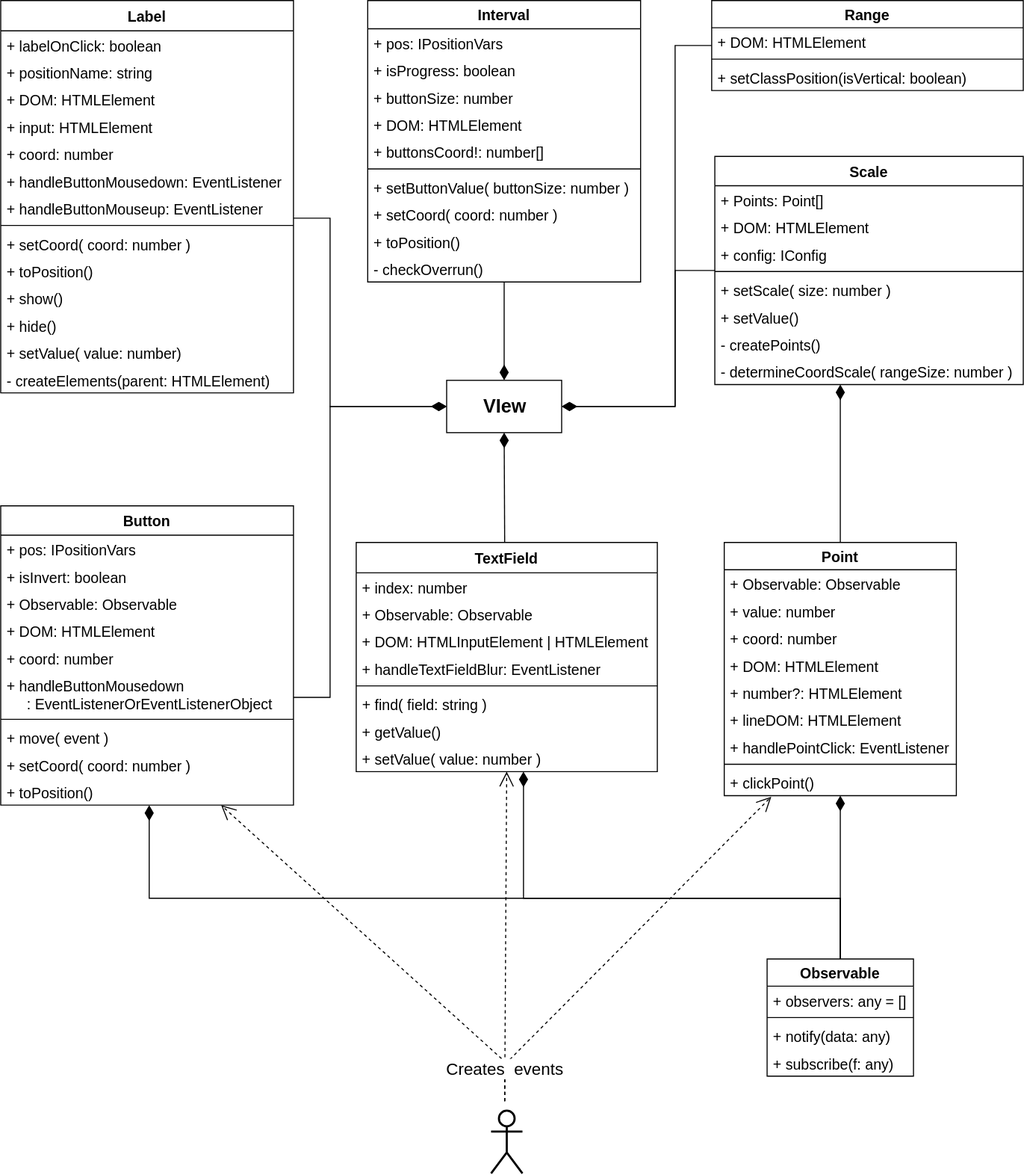
Before: uml/viewComponents.svg, a diagram exported from draw.io (Evgeny3101/plugin). Source tidied: cells renumbered, new cells last; positions are measured from the earlier drawing's top-left corner, leaving out a move shared by most shapes.
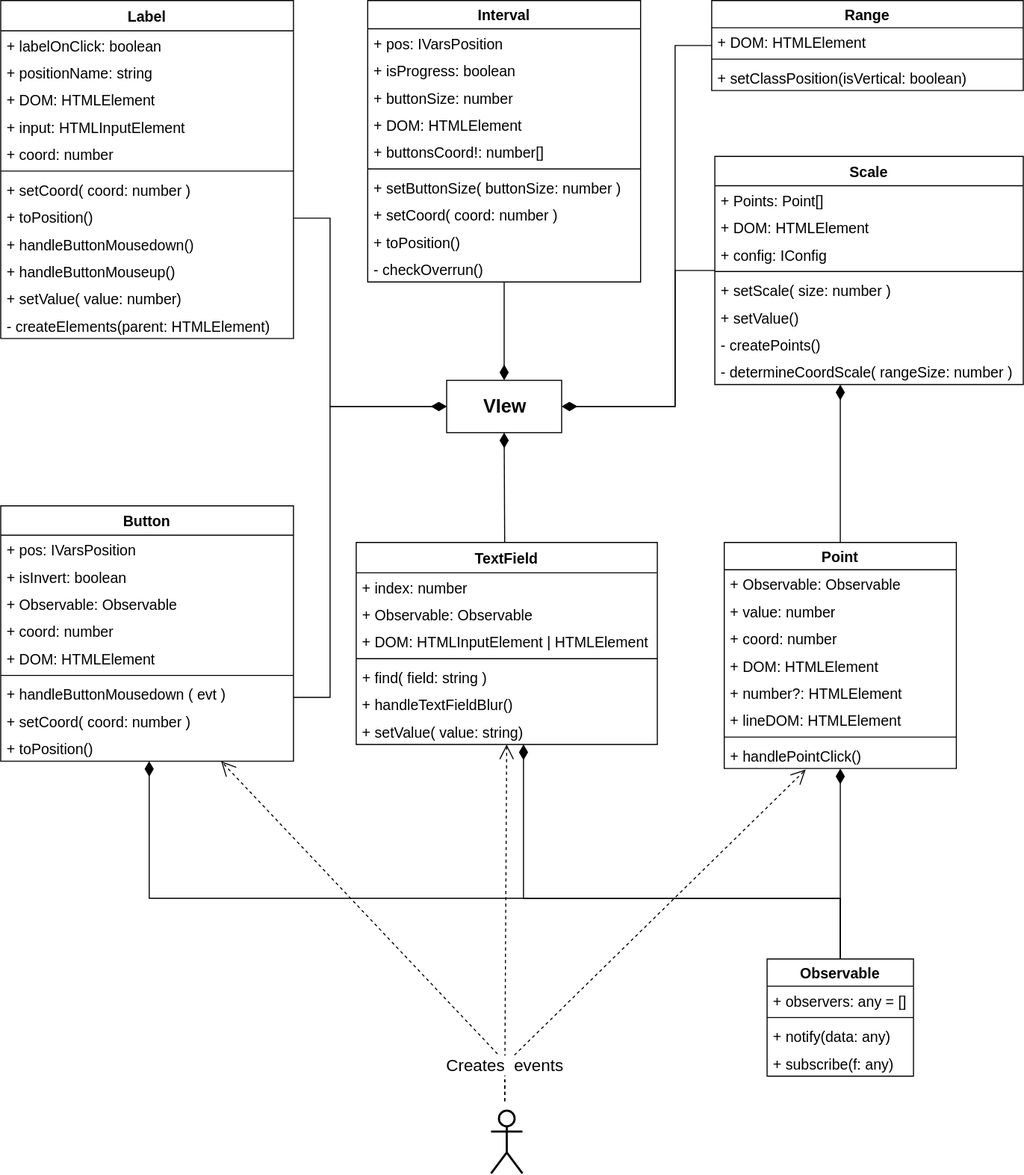
After the change.

What changed in the source:
```diff
@@ -21,10 +21,9 @@
         </Array>
       </mxGeometry>
     </mxCell>
-    <mxCell id="5" style="rounded=0;orthogonalLoop=1;jettySize=auto;html=1;fontSize=14;exitX=0.5;exitY=0;exitDx=0;exitDy=0;exitPerimeter=0;endArrow=open;endFill=0;dashed=1;startSize=12;endSize=12;" parent="1" edge="1">
+    <mxCell id="5" style="rounded=0;jettySize=auto;html=1;fontSize=14;exitX=0.5;exitY=0;exitDx=0;exitDy=0;exitPerimeter=0;endArrow=open;endFill=0;dashed=1;startSize=12;endSize=12;entryX=0.351;entryY=1.038;entryDx=0;entryDy=0;entryPerimeter=0;" parent="1" edge="1" target="54">
       <mxGeometry relative="1" as="geometry">
         <mxPoint x="482" y="1052" as="sourcePoint" />
-        <mxPoint x="737" y="761" as="targetPoint" />
         <Array as="points">
           <mxPoint x="482" y="1017" />
         </Array>
@@ -98,7 +97,7 @@
       <mxGeometry relative="1" as="geometry" />
     </mxCell>
     <mxCell id="17" value="Label" style="swimlane;fontStyle=1;horizontal=1;startSize=29;fillColor=none;rounded=0;glass=0;strokeColor=#000000;fontSize=14;arcSize=22;swimlaneLine=1;" parent="1" vertex="1">
-      <mxGeometry width="280" height="375" as="geometry" />
+      <mxGeometry width="280" height="323" as="geometry" />
     </mxCell>
     <mxCell id="18" value="+ labelOnClick: boolean" style="text;strokeColor=none;fillColor=none;align=left;verticalAlign=top;spacingLeft=4;spacingRight=4;overflow=hidden;fontSize=14;" parent="17" vertex="1">
       <mxGeometry y="29" width="280" height="26" as="geometry" />
@@ -109,43 +108,37 @@
     <mxCell id="20" value="+ DOM: HTMLElement" style="text;strokeColor=none;fillColor=none;align=left;verticalAlign=top;spacingLeft=4;spacingRight=4;overflow=hidden;fontSize=14;" parent="17" vertex="1">
       <mxGeometry y="81" width="280" height="26" as="geometry" />
     </mxCell>
-    <mxCell id="21" value="+ input: HTMLElement" style="text;strokeColor=none;fillColor=none;align=left;verticalAlign=top;spacingLeft=4;spacingRight=4;overflow=hidden;fontSize=14;" parent="17" vertex="1">
+    <mxCell id="21" value="+ input: HTMLInputElement" style="text;strokeColor=none;fillColor=none;align=left;verticalAlign=top;spacingLeft=4;spacingRight=4;overflow=hidden;fontSize=14;" parent="17" vertex="1">
       <mxGeometry y="107" width="280" height="26" as="geometry" />
     </mxCell>
     <mxCell id="22" value="+ coord: number" style="text;strokeColor=none;fillColor=none;align=left;verticalAlign=top;spacingLeft=4;spacingRight=4;overflow=hidden;fontSize=14;" parent="17" vertex="1">
       <mxGeometry y="133" width="280" height="26" as="geometry" />
     </mxCell>
-    <mxCell id="23" value="+ handleButtonMousedown: EventListener" style="text;strokeColor=none;fillColor=none;align=left;verticalAlign=top;spacingLeft=4;spacingRight=4;overflow=hidden;fontSize=14;" parent="17" vertex="1">
-      <mxGeometry y="159" width="280" height="26" as="geometry" />
-    </mxCell>
-    <mxCell id="24" value="+ handleButtonMouseup: EventListener" style="text;strokeColor=none;fillColor=none;align=left;verticalAlign=top;spacingLeft=4;spacingRight=4;overflow=hidden;fontSize=14;" parent="17" vertex="1">
-      <mxGeometry y="185" width="280" height="26" as="geometry" />
-    </mxCell>
     <mxCell id="25" style="line;strokeWidth=1;fillColor=none;align=left;verticalAlign=middle;spacingTop=-1;spacingLeft=3;spacingRight=3;labelPosition=right;labelBackgroundColor=#ffffff;html=1;fontSize=14;" parent="17" vertex="1">
-      <mxGeometry y="211" width="280" height="8" as="geometry" />
+      <mxGeometry y="159" width="280" height="8" as="geometry" />
     </mxCell>
     <mxCell id="26" value="+ setCoord( coord: number )" style="text;strokeColor=none;fillColor=none;align=left;verticalAlign=top;spacingLeft=4;spacingRight=4;overflow=hidden;fontSize=14;" parent="17" vertex="1">
-      <mxGeometry y="219" width="280" height="26" as="geometry" />
+      <mxGeometry y="167" width="280" height="26" as="geometry" />
     </mxCell>
     <mxCell id="27" value="+ toPosition()&#10;" style="text;strokeColor=none;fillColor=none;align=left;verticalAlign=top;spacingLeft=4;spacingRight=4;overflow=hidden;fontSize=14;" parent="17" vertex="1">
-      <mxGeometry y="245" width="280" height="26" as="geometry" />
+      <mxGeometry y="193" width="280" height="26" as="geometry" />
     </mxCell>
-    <mxCell id="28" value="+ show()&#10;" style="text;strokeColor=none;fillColor=none;align=left;verticalAlign=top;spacingLeft=4;spacingRight=4;overflow=hidden;fontSize=14;" parent="17" vertex="1">
-      <mxGeometry y="271" width="280" height="26" as="geometry" />
-    </mxCell>
-    <mxCell id="29" value="+ hide()&#10;" style="text;strokeColor=none;fillColor=none;align=left;verticalAlign=top;spacingLeft=4;spacingRight=4;overflow=hidden;fontSize=14;" parent="17" vertex="1">
-      <mxGeometry y="297" width="280" height="26" as="geometry" />
-    </mxCell>
+    <mxCell id="23" value="+ handleButtonMousedown()" style="text;strokeColor=none;fillColor=none;align=left;verticalAlign=top;spacingLeft=4;spacingRight=4;overflow=hidden;fontSize=14;" parent="17" vertex="1">
+      <mxGeometry y="219" width="280" height="26" as="geometry" />
+    </mxCell>
+    <mxCell id="24" value="+ handleButtonMouseup()" style="text;strokeColor=none;fillColor=none;align=left;verticalAlign=top;spacingLeft=4;spacingRight=4;overflow=hidden;fontSize=14;" parent="17" vertex="1">
+      <mxGeometry y="245" width="280" height="26" as="geometry" />
+    </mxCell>
     <mxCell id="30" value="+ setValue( value: number)&#10;" style="text;strokeColor=none;fillColor=none;align=left;verticalAlign=top;spacingLeft=4;spacingRight=4;overflow=hidden;fontSize=14;" parent="17" vertex="1">
-      <mxGeometry y="323" width="280" height="26" as="geometry" />
+      <mxGeometry y="271" width="280" height="26" as="geometry" />
     </mxCell>
     <mxCell id="31" value="- createElements(parent: HTMLElement) " style="text;strokeColor=none;fillColor=none;align=left;verticalAlign=top;spacingLeft=4;spacingRight=4;overflow=hidden;fontSize=14;" parent="17" vertex="1">
-      <mxGeometry y="349" width="280" height="26" as="geometry" />
+      <mxGeometry y="297" width="280" height="26" as="geometry" />
     </mxCell>
     <mxCell id="32" value="Interval" style="swimlane;fontStyle=1;horizontal=1;startSize=27;fillColor=none;rounded=0;glass=0;strokeColor=#000000;fontSize=14;arcSize=24;swimlaneLine=1;" parent="1" vertex="1">
       <mxGeometry x="351" width="261" height="269" as="geometry" />
     </mxCell>
-    <mxCell id="33" value="+ pos: IPositionVars" style="text;strokeColor=none;fillColor=none;align=left;verticalAlign=top;spacingLeft=4;spacingRight=4;overflow=hidden;fontSize=14;" parent="32" vertex="1">
+    <mxCell id="33" value="+ pos: IVarsPosition" style="text;strokeColor=none;fillColor=none;align=left;verticalAlign=top;spacingLeft=4;spacingRight=4;overflow=hidden;fontSize=14;" parent="32" vertex="1">
       <mxGeometry y="27" width="261" height="26" as="geometry" />
     </mxCell>
     <mxCell id="34" value="+ isProgress: boolean" style="text;strokeColor=none;fillColor=none;align=left;verticalAlign=top;spacingLeft=4;spacingRight=4;overflow=hidden;fontSize=14;" parent="32" vertex="1">
@@ -163,7 +156,7 @@
     <mxCell id="38" style="line;strokeWidth=1;fillColor=none;align=left;verticalAlign=middle;spacingTop=-1;spacingLeft=3;spacingRight=3;labelPosition=right;labelBackgroundColor=#ffffff;html=1;fontSize=14;" parent="32" vertex="1">
       <mxGeometry y="157" width="261" height="8" as="geometry" />
     </mxCell>
-    <mxCell id="39" value="+ setButtonValue( buttonSize: number )" style="text;strokeColor=none;fillColor=none;align=left;verticalAlign=top;spacingLeft=4;spacingRight=4;overflow=hidden;fontSize=14;" parent="32" vertex="1">
+    <mxCell id="39" value="+ setButtonSize( buttonSize: number )" style="text;strokeColor=none;fillColor=none;align=left;verticalAlign=top;spacingLeft=4;spacingRight=4;overflow=hidden;fontSize=14;" parent="32" vertex="1">
       <mxGeometry y="165" width="261" height="26" as="geometry" />
     </mxCell>
     <mxCell id="40" value="+ setCoord( coord: number )" style="text;strokeColor=none;fillColor=none;align=left;verticalAlign=top;spacingLeft=4;spacingRight=4;overflow=hidden;fontSize=14;" parent="32" vertex="1">
@@ -188,7 +181,7 @@
       <mxGeometry y="60" width="298" height="26" as="geometry" />
     </mxCell>
     <mxCell id="47" value="Point" style="swimlane;fontStyle=1;horizontal=1;startSize=26;fillColor=none;rounded=0;glass=0;strokeColor=#000000;fontSize=14;swimlaneLine=1;" parent="1" vertex="1">
-      <mxGeometry x="692" y="518" width="222" height="242" as="geometry" />
+      <mxGeometry x="692" y="518" width="222" height="216" as="geometry" />
     </mxCell>
     <mxCell id="48" value="+ Observable: Observable" style="text;strokeColor=none;fillColor=none;align=left;verticalAlign=top;spacingLeft=4;spacingRight=4;overflow=hidden;labelBackgroundColor=#ffffff;html=1;fontSize=14;" parent="47" vertex="1">
       <mxGeometry y="26" width="222" height="26" as="geometry" />
@@ -208,19 +201,16 @@
     <mxCell id="53" value="+ lineDOM: HTMLElement" style="text;strokeColor=none;fillColor=none;align=left;verticalAlign=top;spacingLeft=4;spacingRight=4;overflow=hidden;fontSize=14;" parent="47" vertex="1">
       <mxGeometry y="156" width="222" height="26" as="geometry" />
     </mxCell>
+    <mxCell id="55" style="line;strokeWidth=1;fillColor=none;align=left;verticalAlign=middle;spacingTop=-1;spacingLeft=3;spacingRight=3;labelPosition=right;labelBackgroundColor=#ffffff;html=1;fontSize=14;" parent="47" vertex="1">
+      <mxGeometry y="182" width="222" height="8" as="geometry" />
+    </mxCell>
-    <mxCell id="54" value="+ handlePointClick: EventListener" style="text;strokeColor=none;fillColor=none;align=left;verticalAlign=top;spacingLeft=4;spacingRight=4;overflow=hidden;points=[[0,0.5],[1,0.5]];portConstraint=eastwest;fontSize=14;" parent="47" vertex="1">
-      <mxGeometry y="182" width="222" height="26" as="geometry" />
+    <mxCell id="54" value="+ handlePointClick()" style="text;strokeColor=none;fillColor=none;align=left;verticalAlign=top;spacingLeft=4;spacingRight=4;overflow=hidden;points=[[0,0.5],[1,0.5]];portConstraint=eastwest;fontSize=14;" parent="47" vertex="1">
+      <mxGeometry y="190" width="222" height="26" as="geometry" />
     </mxCell>
-    <mxCell id="55" style="line;strokeWidth=1;fillColor=none;align=left;verticalAlign=middle;spacingTop=-1;spacingLeft=3;spacingRight=3;labelPosition=right;labelBackgroundColor=#ffffff;html=1;fontSize=14;" parent="47" vertex="1">
-      <mxGeometry y="208" width="222" height="8" as="geometry" />
-    </mxCell>
-    <mxCell id="56" value="+ clickPoint()" style="text;strokeColor=none;fillColor=none;align=left;verticalAlign=top;spacingLeft=4;spacingRight=4;overflow=hidden;fontSize=14;" parent="47" vertex="1">
-      <mxGeometry y="216" width="222" height="26" as="geometry" />
-    </mxCell>
     <mxCell id="57" value="Button" style="swimlane;fontStyle=1;horizontal=1;startSize=28;fillColor=none;rounded=0;glass=0;strokeColor=#000000;fontSize=14;swimlaneLine=1;" parent="1" vertex="1">
-      <mxGeometry y="483" width="280" height="286" as="geometry" />
+      <mxGeometry y="483" width="280" height="244" as="geometry" />
     </mxCell>
-    <mxCell id="58" value="+ pos: IPositionVars" style="text;strokeColor=none;fillColor=none;align=left;verticalAlign=top;spacingLeft=4;spacingRight=4;overflow=hidden;fontSize=14;" parent="57" vertex="1">
+    <mxCell id="58" value="+ pos: IVarsPosition" style="text;strokeColor=none;fillColor=none;align=left;verticalAlign=top;spacingLeft=4;spacingRight=4;overflow=hidden;fontSize=14;" parent="57" vertex="1">
       <mxGeometry y="28" width="280" height="26" as="geometry" />
     </mxCell>
     <mxCell id="59" value="+ isInvert: boolean" style="text;strokeColor=none;fillColor=none;align=left;verticalAlign=top;spacingLeft=4;spacingRight=4;overflow=hidden;fontSize=14;" parent="57" vertex="1">
@@ -229,26 +219,23 @@
     <mxCell id="60" value="+ Observable: Observable" style="text;strokeColor=none;fillColor=none;align=left;verticalAlign=top;spacingLeft=4;spacingRight=4;overflow=hidden;labelBackgroundColor=#ffffff;html=1;fontSize=14;" parent="57" vertex="1">
       <mxGeometry y="80" width="280" height="26" as="geometry" />
     </mxCell>
+    <mxCell id="62" value="+ coord: number" style="text;strokeColor=none;fillColor=none;align=left;verticalAlign=top;spacingLeft=4;spacingRight=4;overflow=hidden;fontSize=14;" parent="57" vertex="1">
+      <mxGeometry y="106" width="280" height="26" as="geometry" />
+    </mxCell>
     <mxCell id="61" value="+ DOM: HTMLElement" style="text;strokeColor=none;fillColor=none;align=left;verticalAlign=top;spacingLeft=4;spacingRight=4;overflow=hidden;fontSize=14;" parent="57" vertex="1">
-      <mxGeometry y="106" width="280" height="26" as="geometry" />
+      <mxGeometry y="132" width="280" height="26" as="geometry" />
     </mxCell>
-    <mxCell id="62" value="+ coord: number" style="text;strokeColor=none;fillColor=none;align=left;verticalAlign=top;spacingLeft=4;spacingRight=4;overflow=hidden;fontSize=14;" parent="57" vertex="1">
-      <mxGeometry y="132" width="280" height="26" as="geometry" />
-    </mxCell>
-    <mxCell id="63" value="+ handleButtonMousedown &#10;     : EventListenerOrEventListenerObject &#10;" style="text;strokeColor=none;fillColor=none;align=left;verticalAlign=top;spacingLeft=4;spacingRight=4;overflow=hidden;fontSize=14;" parent="57" vertex="1">
-      <mxGeometry y="158" width="280" height="42" as="geometry" />
-    </mxCell>
     <mxCell id="64" style="line;strokeWidth=1;fillColor=none;align=left;verticalAlign=middle;spacingTop=-1;spacingLeft=3;spacingRight=3;labelPosition=right;labelBackgroundColor=#ffffff;html=1;fontSize=14;" parent="57" vertex="1">
-      <mxGeometry y="200" width="280" height="8" as="geometry" />
+      <mxGeometry y="158" width="280" height="8" as="geometry" />
     </mxCell>
-    <mxCell id="65" value="+ move( event )" style="text;strokeColor=none;fillColor=none;align=left;verticalAlign=top;spacingLeft=4;spacingRight=4;overflow=hidden;fontSize=14;" parent="57" vertex="1">
-      <mxGeometry y="208" width="280" height="26" as="geometry" />
+    <mxCell id="65" value="+ handleButtonMousedown ( evt )&#10;" style="text;strokeColor=none;fillColor=none;align=left;verticalAlign=top;spacingLeft=4;spacingRight=4;overflow=hidden;fontSize=14;" parent="57" vertex="1">
+      <mxGeometry y="166" width="280" height="26" as="geometry" />
     </mxCell>
     <mxCell id="66" value="+ setCoord( coord: number )" style="text;strokeColor=none;fillColor=none;align=left;verticalAlign=top;spacingLeft=4;spacingRight=4;overflow=hidden;fontSize=14;" parent="57" vertex="1">
-      <mxGeometry y="234" width="280" height="26" as="geometry" />
+      <mxGeometry y="192" width="280" height="26" as="geometry" />
     </mxCell>
     <mxCell id="67" value="+ toPosition()" style="text;strokeColor=none;fillColor=none;align=left;verticalAlign=top;spacingLeft=4;spacingRight=4;overflow=hidden;points=[[0,0.5],[1,0.5]];portConstraint=eastwest;fontSize=14;" parent="57" vertex="1">
-      <mxGeometry y="260" width="280" height="26" as="geometry" />
+      <mxGeometry y="218" width="280" height="26" as="geometry" />
     </mxCell>
     <mxCell id="68" value="Observable" style="swimlane;fontStyle=1;horizontal=1;startSize=26;fillColor=none;rounded=0;glass=0;strokeColor=#000000;fontSize=14;arcSize=13;swimlaneLine=1;" parent="1" vertex="1">
       <mxGeometry x="733" y="916" width="140" height="112" as="geometry" />
@@ -293,7 +280,7 @@
       <mxGeometry y="192" width="295" height="26" as="geometry" />
     </mxCell>
     <mxCell id="82" value="TextField" style="swimlane;fontStyle=1;horizontal=1;startSize=29;fillColor=none;rounded=0;glass=0;strokeColor=#000000;fontSize=14;arcSize=14;swimlaneLine=1;" parent="1" vertex="1">
-      <mxGeometry x="340" y="518" width="288" height="219" as="geometry" />
+      <mxGeometry x="340" y="518" width="288" height="193" as="geometry" />
     </mxCell>
     <mxCell id="83" value="+ index: number" style="text;strokeColor=none;fillColor=none;align=left;verticalAlign=top;spacingLeft=4;spacingRight=4;overflow=hidden;fontSize=14;" parent="82" vertex="1">
       <mxGeometry y="29" width="288" height="26" as="geometry" />
@@ -304,20 +291,17 @@
     <mxCell id="85" value="+ DOM: HTMLInputElement | HTMLElement" style="text;strokeColor=none;fillColor=none;align=left;verticalAlign=top;spacingLeft=4;spacingRight=4;overflow=hidden;fontSize=14;" parent="82" vertex="1">
       <mxGeometry y="81" width="288" height="26" as="geometry" />
     </mxCell>
-    <mxCell id="86" value="+ handleTextFieldBlur: EventListener" style="text;strokeColor=none;fillColor=none;align=left;verticalAlign=top;spacingLeft=4;spacingRight=4;overflow=hidden;fontSize=14;" parent="82" vertex="1">
-      <mxGeometry y="107" width="288" height="26" as="geometry" />
-    </mxCell>
     <mxCell id="87" style="line;strokeWidth=1;fillColor=none;align=left;verticalAlign=middle;spacingTop=-1;spacingLeft=3;spacingRight=3;labelPosition=right;labelBackgroundColor=#ffffff;html=1;fontSize=14;" parent="82" vertex="1">
-      <mxGeometry y="133" width="288" height="8" as="geometry" />
+      <mxGeometry y="107" width="288" height="8" as="geometry" />
     </mxCell>
     <mxCell id="88" value="+ find( field: string )" style="text;strokeColor=none;fillColor=none;align=left;verticalAlign=top;spacingLeft=4;spacingRight=4;overflow=hidden;labelBackgroundColor=#ffffff;html=1;fontSize=14;" parent="82" vertex="1">
-      <mxGeometry y="141" width="288" height="26" as="geometry" />
+      <mxGeometry y="115" width="288" height="26" as="geometry" />
     </mxCell>
-    <mxCell id="89" value="+ getValue()&#10;" style="text;strokeColor=none;fillColor=none;align=left;verticalAlign=top;spacingLeft=4;spacingRight=4;overflow=hidden;fontSize=14;" parent="82" vertex="1">
-      <mxGeometry y="167" width="288" height="26" as="geometry" />
-    </mxCell>
+    <mxCell id="86" value="+ handleTextFieldBlur()" style="text;strokeColor=none;fillColor=none;align=left;verticalAlign=top;spacingLeft=4;spacingRight=4;overflow=hidden;fontSize=14;" parent="82" vertex="1">
+      <mxGeometry y="141" width="288" height="26" as="geometry" />
+    </mxCell>
-    <mxCell id="90" value="+ setValue( value: number )" style="text;strokeColor=none;fillColor=none;align=left;verticalAlign=top;spacingLeft=4;spacingRight=4;overflow=hidden;points=[[0,0.5],[1,0.5]];portConstraint=eastwest;fontSize=14;" parent="82" vertex="1">
-      <mxGeometry y="193" width="288" height="26" as="geometry" />
+    <mxCell id="90" value="+ setValue( value: string)" style="text;strokeColor=none;fillColor=none;align=left;verticalAlign=top;spacingLeft=4;spacingRight=4;overflow=hidden;points=[[0,0.5],[1,0.5]];portConstraint=eastwest;fontSize=14;" parent="82" vertex="1">
+      <mxGeometry y="167" width="288" height="26" as="geometry" />
     </mxCell>
   </root>
 </mxGraphModel>
```
